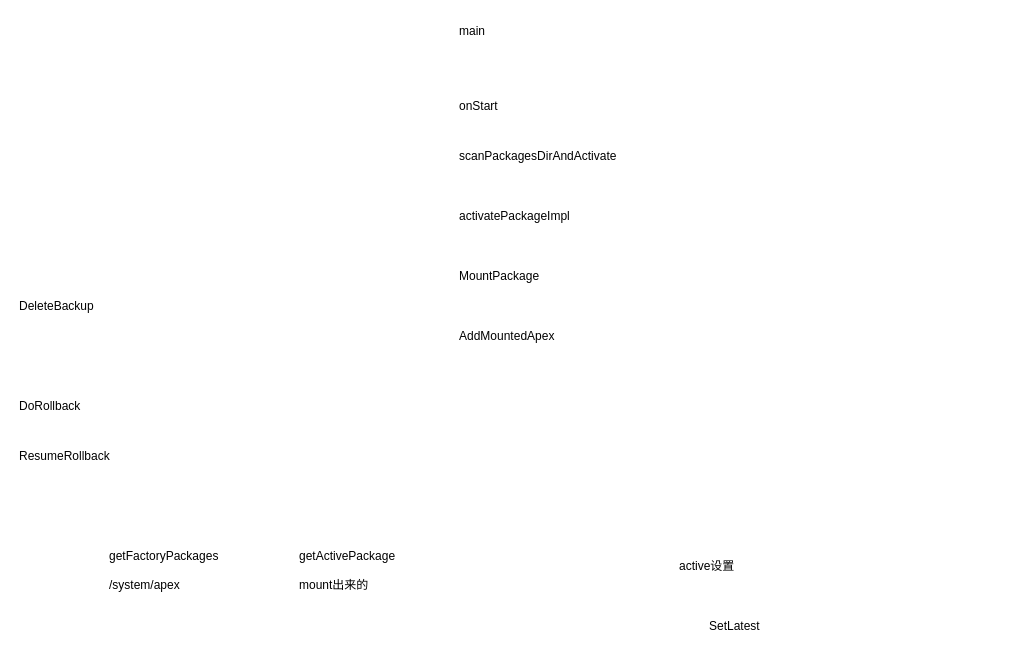
Before: page "APEXD" (4 of 4) of services/APEX/APEX.drawio in pengzhicai/myPicture, a draw.io diagram. Source tidied: cells renumbered, new cells numbered last; positions are measured from the earlier drawing's top-left corner, leaving out a move shared by most shapes. Both pictures are drawn from the tidied source at 100%, with x=0, y=0 at pixel (17, 17).
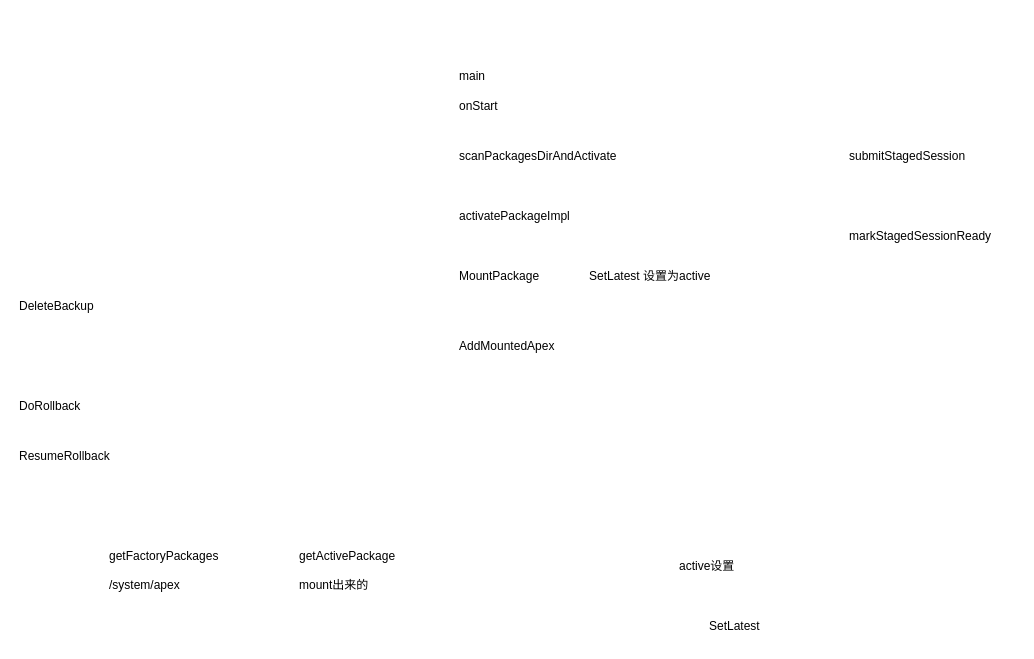
The same page after the edit.

The edit, as a diff of the source:
```diff
@@
 <mxGraphModel>
   <root>
     <mxCell id="0" />
     <mxCell id="1" parent="0" />
     <mxCell id="2" value="AddMountedApex" style="text;html=1;" parent="1" vertex="1">
-      <mxGeometry x="440" y="305" width="120" height="30" as="geometry" />
+      <mxGeometry x="440" y="315" width="120" height="30" as="geometry" />
     </mxCell>
     <mxCell id="3" value="MountPackage" style="text;html=1;" parent="1" vertex="1">
       <mxGeometry x="440" y="245" width="110" height="30" as="geometry" />
     </mxCell>
     <mxCell id="4" value="activatePackageImpl" style="text;html=1;" parent="1" vertex="1">
       <mxGeometry x="440" y="185" width="140" height="30" as="geometry" />
     </mxCell>
     <mxCell id="5" value="scanPackagesDirAndActivate" style="text;html=1;" parent="1" vertex="1">
       <mxGeometry x="440" y="125" width="180" height="30" as="geometry" />
     </mxCell>
     <mxCell id="6" value="onStart" style="text;html=1;" parent="1" vertex="1">
       <mxGeometry x="440" y="75" width="60" height="30" as="geometry" />
     </mxCell>
     <mxCell id="7" value="main" style="text;html=1;" parent="1" vertex="1">
-      <mxGeometry x="440" width="50" height="30" as="geometry" />
+      <mxGeometry x="440" y="45" width="50" height="30" as="geometry" />
     </mxCell>
     <mxCell id="8" value="getFactoryPackages&lt;br&gt;&lt;br&gt;/system/apex" style="text;html=1;" parent="1" vertex="1">
       <mxGeometry x="90" y="525" width="130" height="30" as="geometry" />
     </mxCell>
     <mxCell id="9" value="getActivePackage&lt;br&gt;&lt;br&gt;mount出来的" style="text;html=1;" parent="1" vertex="1">
       <mxGeometry x="280" y="525" width="120" height="30" as="geometry" />
     </mxCell>
     <mxCell id="10" value="SetLatest" style="text;html=1;" parent="1" vertex="1">
       <mxGeometry x="690" y="595" width="80" height="30" as="geometry" />
     </mxCell>
     <mxCell id="11" value="active设置" style="text;html=1;" parent="1" vertex="1">
       <mxGeometry x="660" y="535" width="60" height="30" as="geometry" />
     </mxCell>
     <mxCell id="12" value="DeleteBackup" style="text;html=1;" parent="1" vertex="1">
       <mxGeometry y="275" width="100" height="30" as="geometry" />
     </mxCell>
     <mxCell id="13" value="DoRollback" style="text;html=1;" parent="1" vertex="1">
       <mxGeometry y="375" width="90" height="30" as="geometry" />
     </mxCell>
     <mxCell id="14" value="ResumeRollback" style="text;html=1;" parent="1" vertex="1">
       <mxGeometry y="425" width="120" height="30" as="geometry" />
     </mxCell>
+    <mxCell id="15" value="submitStagedSession" style="text;html=1;" parent="1" vertex="1">
+      <mxGeometry x="830" y="125" width="140" height="30" as="geometry" />
+    </mxCell>
+    <mxCell id="16" value="markStagedSessionReady" style="text;html=1;" parent="1" vertex="1">
+      <mxGeometry x="830" y="205" width="170" height="30" as="geometry" />
+    </mxCell>
+    <mxCell id="17" value="SetLatest 设置为active" style="text;html=1;" parent="1" vertex="1">
+      <mxGeometry x="570" y="245" width="130" height="30" as="geometry" />
+    </mxCell>
   </root>
 </mxGraphModel>
```
